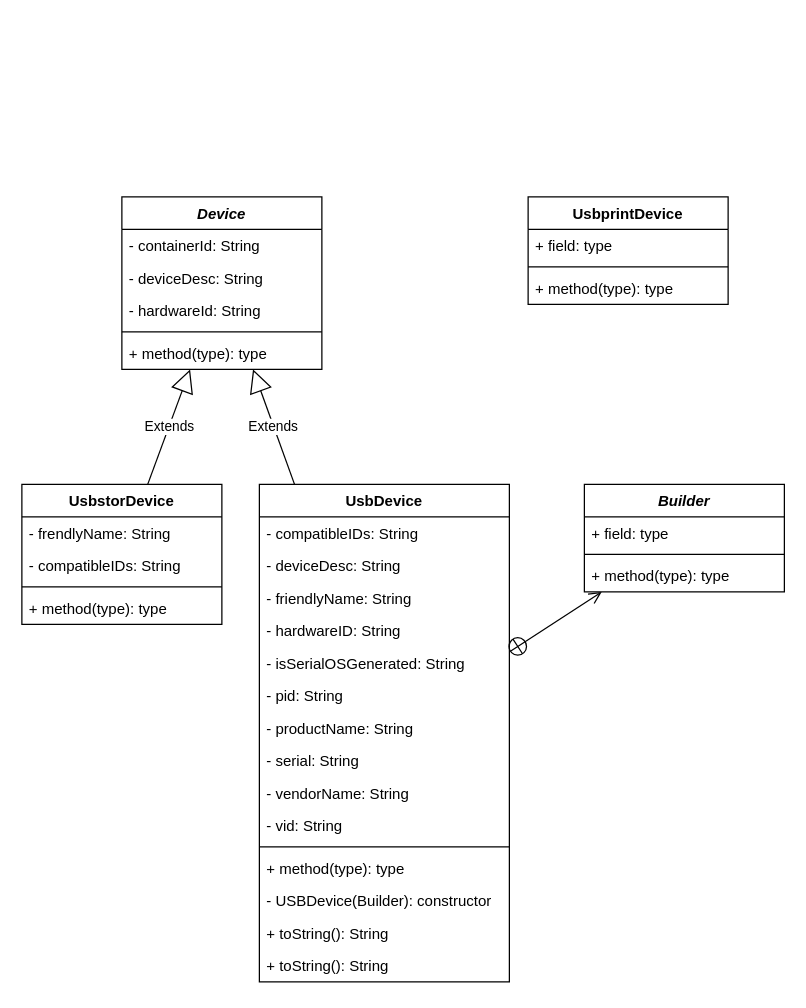
The draw.io diagram UML diagrams.drawio in Quitest/USBDDx, before the edit. Source tidied: cells renumbered, new cells numbered last; positions are measured from the earlier drawing's top-left corner, leaving out a move shared by most shapes. Both pictures are drawn from the tidied source at 125%, with x=0, y=0 at pixel (21, 196).
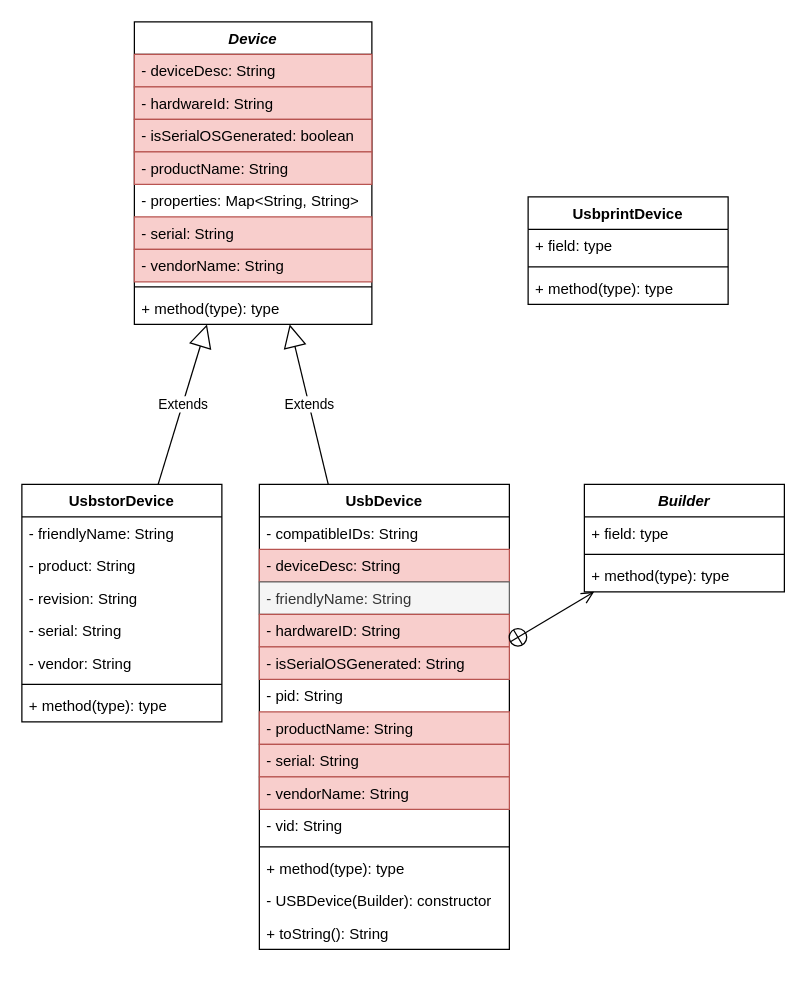
After the change.

Commit message (it also covers changes not shown here):
Реализовано базовое чтение MountPoints2. Некоторые изменения в UML

The edit, as a diff of the source:
```diff
@@
     <mxCell id="2" value="Device" style="swimlane;fontStyle=3;align=center;verticalAlign=top;horizontal=1;startSize=26;" parent="1" vertex="1">
-      <mxGeometry x="80" width="160" height="138" as="geometry" />
+      <mxGeometry x="90" y="-140" width="190" height="242" as="geometry" />
     </mxCell>
-    <mxCell id="3" value="- containerId: String" style="text;strokeColor=none;fillColor=none;align=left;verticalAlign=top;spacingLeft=4;spacingRight=4;overflow=hidden;" parent="2" vertex="1">
-      <mxGeometry y="26" width="160" height="26" as="geometry" />
-    </mxCell>
-    <mxCell id="4" value="- deviceDesc: String" style="text;strokeColor=none;fillColor=none;align=left;verticalAlign=top;spacingLeft=4;spacingRight=4;overflow=hidden;" parent="2" vertex="1">
-      <mxGeometry y="52" width="160" height="26" as="geometry" />
+    <mxCell id="4" value="- deviceDesc: String" style="text;strokeColor=#b85450;fillColor=#f8cecc;align=left;verticalAlign=top;spacingLeft=4;spacingRight=4;overflow=hidden;" parent="2" vertex="1">
+      <mxGeometry y="26" width="190" height="26" as="geometry" />
     </mxCell>
-    <mxCell id="5" value="- hardwareId: String" style="text;strokeColor=none;fillColor=none;align=left;verticalAlign=top;spacingLeft=4;spacingRight=4;overflow=hidden;" parent="2" vertex="1">
-      <mxGeometry y="78" width="160" height="26" as="geometry" />
+    <mxCell id="5" value="- hardwareId: String" style="text;strokeColor=#b85450;fillColor=#f8cecc;align=left;verticalAlign=top;spacingLeft=4;spacingRight=4;overflow=hidden;" parent="2" vertex="1">
+      <mxGeometry y="52" width="190" height="26" as="geometry" />
     </mxCell>
+    <mxCell id="3" value="- isSerialOSGenerated: boolean" style="text;strokeColor=#b85450;fillColor=#f8cecc;align=left;verticalAlign=top;spacingLeft=4;spacingRight=4;overflow=hidden;" parent="2" vertex="1">
+      <mxGeometry y="78" width="190" height="26" as="geometry" />
+    </mxCell>
+    <mxCell id="40" value="- productName: String " style="text;strokeColor=#b85450;fillColor=#f8cecc;align=left;verticalAlign=top;spacingLeft=4;spacingRight=4;overflow=hidden;" parent="2" vertex="1">
+      <mxGeometry y="104" width="190" height="26" as="geometry" />
+    </mxCell>
+    <mxCell id="41" value="- properties: Map&lt;String, String&gt;" style="text;strokeColor=none;fillColor=none;align=left;verticalAlign=top;spacingLeft=4;spacingRight=4;overflow=hidden;" parent="2" vertex="1">
+      <mxGeometry y="130" width="190" height="26" as="geometry" />
+    </mxCell>
+    <mxCell id="42" value="- serial: String" style="text;strokeColor=#b85450;fillColor=#f8cecc;align=left;verticalAlign=top;spacingLeft=4;spacingRight=4;overflow=hidden;" parent="2" vertex="1">
+      <mxGeometry y="156" width="190" height="26" as="geometry" />
+    </mxCell>
+    <mxCell id="43" value="- vendorName: String " style="text;strokeColor=#b85450;fillColor=#f8cecc;align=left;verticalAlign=top;spacingLeft=4;spacingRight=4;overflow=hidden;" parent="2" vertex="1">
+      <mxGeometry y="182" width="190" height="26" as="geometry" />
+    </mxCell>
     <mxCell id="6" style="line;strokeWidth=1;fillColor=none;align=left;verticalAlign=middle;spacingTop=-1;spacingLeft=3;spacingRight=3;labelPosition=right;" parent="2" vertex="1">
-      <mxGeometry y="104" width="160" height="8" as="geometry" />
+      <mxGeometry y="208" width="190" height="8" as="geometry" />
     </mxCell>
     <mxCell id="7" value="+ method(type): type" style="text;strokeColor=none;fillColor=none;align=left;verticalAlign=top;spacingLeft=4;spacingRight=4;overflow=hidden;" parent="2" vertex="1">
-      <mxGeometry y="112" width="160" height="26" as="geometry" />
+      <mxGeometry y="216" width="190" height="26" as="geometry" />
     </mxCell>
     <mxCell id="8" value="UsbDevice" style="swimlane;fontStyle=1;align=center;verticalAlign=top;horizontal=1;startSize=26;" parent="1" vertex="1">
-      <mxGeometry x="190" y="230" width="200" height="398" as="geometry" />
+      <mxGeometry x="190" y="230" width="200" height="372" as="geometry" />
     </mxCell>
@@
-    <mxCell id="10" value="- deviceDesc: String" style="text;strokeColor=none;fillColor=none;align=left;verticalAlign=top;spacingLeft=4;spacingRight=4;overflow=hidden;" parent="8" vertex="1">
+    <mxCell id="10" value="- deviceDesc: String" style="text;strokeColor=#b85450;fillColor=#f8cecc;align=left;verticalAlign=top;spacingLeft=4;spacingRight=4;overflow=hidden;" parent="8" vertex="1">
       <mxGeometry y="52" width="200" height="26" as="geometry" />
     </mxCell>
-    <mxCell id="11" value="- friendlyName: String" style="text;strokeColor=none;fillColor=none;align=left;verticalAlign=top;spacingLeft=4;spacingRight=4;overflow=hidden;" parent="8" vertex="1">
+    <mxCell id="11" value="- friendlyName: String" style="text;strokeColor=#666666;fillColor=#f5f5f5;align=left;verticalAlign=top;spacingLeft=4;spacingRight=4;overflow=hidden;fontColor=#333333;" parent="8" vertex="1">
       <mxGeometry y="78" width="200" height="26" as="geometry" />
     </mxCell>
-    <mxCell id="12" value="- hardwareID: String" style="text;strokeColor=none;fillColor=none;align=left;verticalAlign=top;spacingLeft=4;spacingRight=4;overflow=hidden;" parent="8" vertex="1">
+    <mxCell id="12" value="- hardwareID: String" style="text;strokeColor=#b85450;fillColor=#f8cecc;align=left;verticalAlign=top;spacingLeft=4;spacingRight=4;overflow=hidden;" parent="8" vertex="1">
       <mxGeometry y="104" width="200" height="26" as="geometry" />
     </mxCell>
-    <mxCell id="13" value="- isSerialOSGenerated: String" style="text;strokeColor=none;fillColor=none;align=left;verticalAlign=top;spacingLeft=4;spacingRight=4;overflow=hidden;" parent="8" vertex="1">
+    <mxCell id="13" value="- isSerialOSGenerated: String" style="text;strokeColor=#b85450;fillColor=#f8cecc;align=left;verticalAlign=top;spacingLeft=4;spacingRight=4;overflow=hidden;" parent="8" vertex="1">
       <mxGeometry y="130" width="200" height="26" as="geometry" />
     </mxCell>
@@
-    <mxCell id="15" value="- productName: String" style="text;strokeColor=none;fillColor=none;align=left;verticalAlign=top;spacingLeft=4;spacingRight=4;overflow=hidden;" parent="8" vertex="1">
+    <mxCell id="15" value="- productName: String" style="text;strokeColor=#b85450;fillColor=#f8cecc;align=left;verticalAlign=top;spacingLeft=4;spacingRight=4;overflow=hidden;" parent="8" vertex="1">
       <mxGeometry y="182" width="200" height="26" as="geometry" />
     </mxCell>
-    <mxCell id="16" value="- serial: String" style="text;strokeColor=none;fillColor=none;align=left;verticalAlign=top;spacingLeft=4;spacingRight=4;overflow=hidden;" parent="8" vertex="1">
+    <mxCell id="16" value="- serial: String" style="text;strokeColor=#b85450;fillColor=#f8cecc;align=left;verticalAlign=top;spacingLeft=4;spacingRight=4;overflow=hidden;" parent="8" vertex="1">
       <mxGeometry y="208" width="200" height="26" as="geometry" />
     </mxCell>
-    <mxCell id="17" value="- vendorName: String" style="text;strokeColor=none;fillColor=none;align=left;verticalAlign=top;spacingLeft=4;spacingRight=4;overflow=hidden;" parent="8" vertex="1">
+    <mxCell id="17" value="- vendorName: String" style="text;strokeColor=#b85450;fillColor=#f8cecc;align=left;verticalAlign=top;spacingLeft=4;spacingRight=4;overflow=hidden;" parent="8" vertex="1">
       <mxGeometry y="234" width="200" height="26" as="geometry" />
     </mxCell>
@@
-    <mxCell id="23" value="+ toString(): String" style="text;strokeColor=none;fillColor=none;align=left;verticalAlign=top;spacingLeft=4;spacingRight=4;overflow=hidden;" parent="8" vertex="1">
-      <mxGeometry y="372" width="200" height="26" as="geometry" />
-    </mxCell>
     <mxCell id="24" value="UsbstorDevice" style="swimlane;fontStyle=1;align=center;verticalAlign=top;horizontal=1;startSize=26;" parent="1" vertex="1">
-      <mxGeometry y="230" width="160" height="112" as="geometry" />
+      <mxGeometry y="230" width="160" height="190" as="geometry" />
     </mxCell>
+    <mxCell id="44" value="- friendlyName: String" style="text;strokeColor=none;fillColor=none;align=left;verticalAlign=top;spacingLeft=4;spacingRight=4;overflow=hidden;" parent="24" vertex="1">
+      <mxGeometry y="26" width="160" height="26" as="geometry" />
+    </mxCell>
+    <mxCell id="45" value="- product: String" style="text;strokeColor=none;fillColor=none;align=left;verticalAlign=top;spacingLeft=4;spacingRight=4;overflow=hidden;" parent="24" vertex="1">
+      <mxGeometry y="52" width="160" height="26" as="geometry" />
+    </mxCell>
+    <mxCell id="46" value="- revision: String" style="text;strokeColor=none;fillColor=none;align=left;verticalAlign=top;spacingLeft=4;spacingRight=4;overflow=hidden;" parent="24" vertex="1">
+      <mxGeometry y="78" width="160" height="26" as="geometry" />
+    </mxCell>
+    <mxCell id="26" value="- serial: String" style="text;strokeColor=none;fillColor=none;align=left;verticalAlign=top;spacingLeft=4;spacingRight=4;overflow=hidden;" parent="24" vertex="1">
+      <mxGeometry y="104" width="160" height="26" as="geometry" />
+    </mxCell>
-    <mxCell id="25" value="- frendlyName: String" style="text;strokeColor=none;fillColor=none;align=left;verticalAlign=top;spacingLeft=4;spacingRight=4;overflow=hidden;" parent="24" vertex="1">
-      <mxGeometry y="26" width="160" height="26" as="geometry" />
+    <mxCell id="25" value="- vendor: String" style="text;strokeColor=none;fillColor=none;align=left;verticalAlign=top;spacingLeft=4;spacingRight=4;overflow=hidden;" parent="24" vertex="1">
+      <mxGeometry y="130" width="160" height="26" as="geometry" />
     </mxCell>
-    <mxCell id="26" value="- compatibleIDs: String" style="text;strokeColor=none;fillColor=none;align=left;verticalAlign=top;spacingLeft=4;spacingRight=4;overflow=hidden;" parent="24" vertex="1">
-      <mxGeometry y="52" width="160" height="26" as="geometry" />
-    </mxCell>
     <mxCell id="27" style="line;strokeWidth=1;fillColor=none;align=left;verticalAlign=middle;spacingTop=-1;spacingLeft=3;spacingRight=3;labelPosition=right;" parent="24" vertex="1">
-      <mxGeometry y="78" width="160" height="8" as="geometry" />
+      <mxGeometry y="156" width="160" height="8" as="geometry" />
     </mxCell>
     <mxCell id="28" value="+ method(type): type" style="text;strokeColor=none;fillColor=none;align=left;verticalAlign=top;spacingLeft=4;spacingRight=4;overflow=hidden;" parent="24" vertex="1">
-      <mxGeometry y="86" width="160" height="26" as="geometry" />
+      <mxGeometry y="164" width="160" height="26" as="geometry" />
     </mxCell>
```
